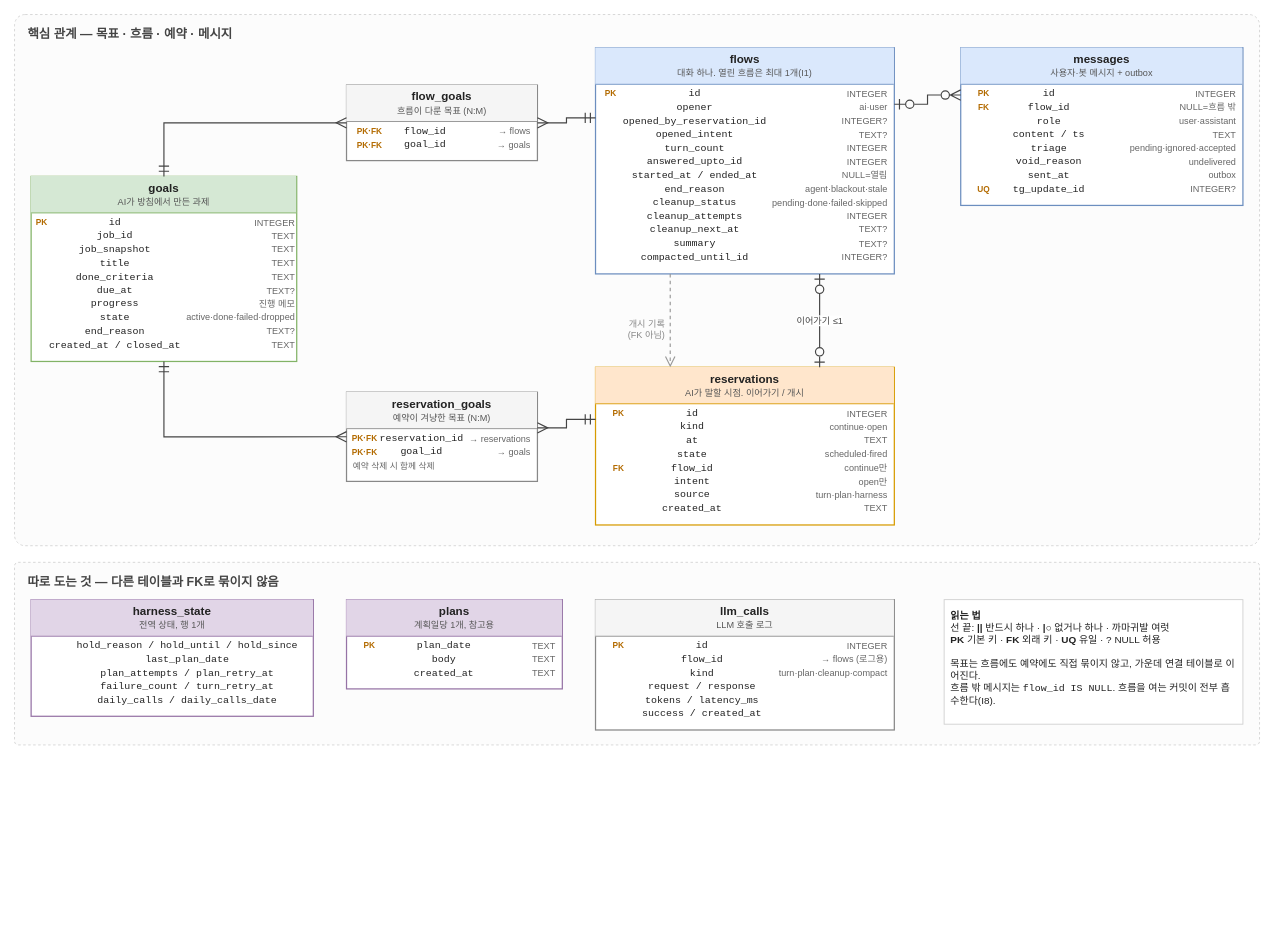
Earlier version of the draw.io diagram docs/harness-erd.drawio (carol-sh/aigan). Source tidied: cells renumbered, new cells numbered last; positions are measured from the earlier drawing's top-left corner, leaving out a move shared by most shapes. Both pictures are drawn from the tidied source at 83%, with x=0, y=0 at pixel (14, 14).
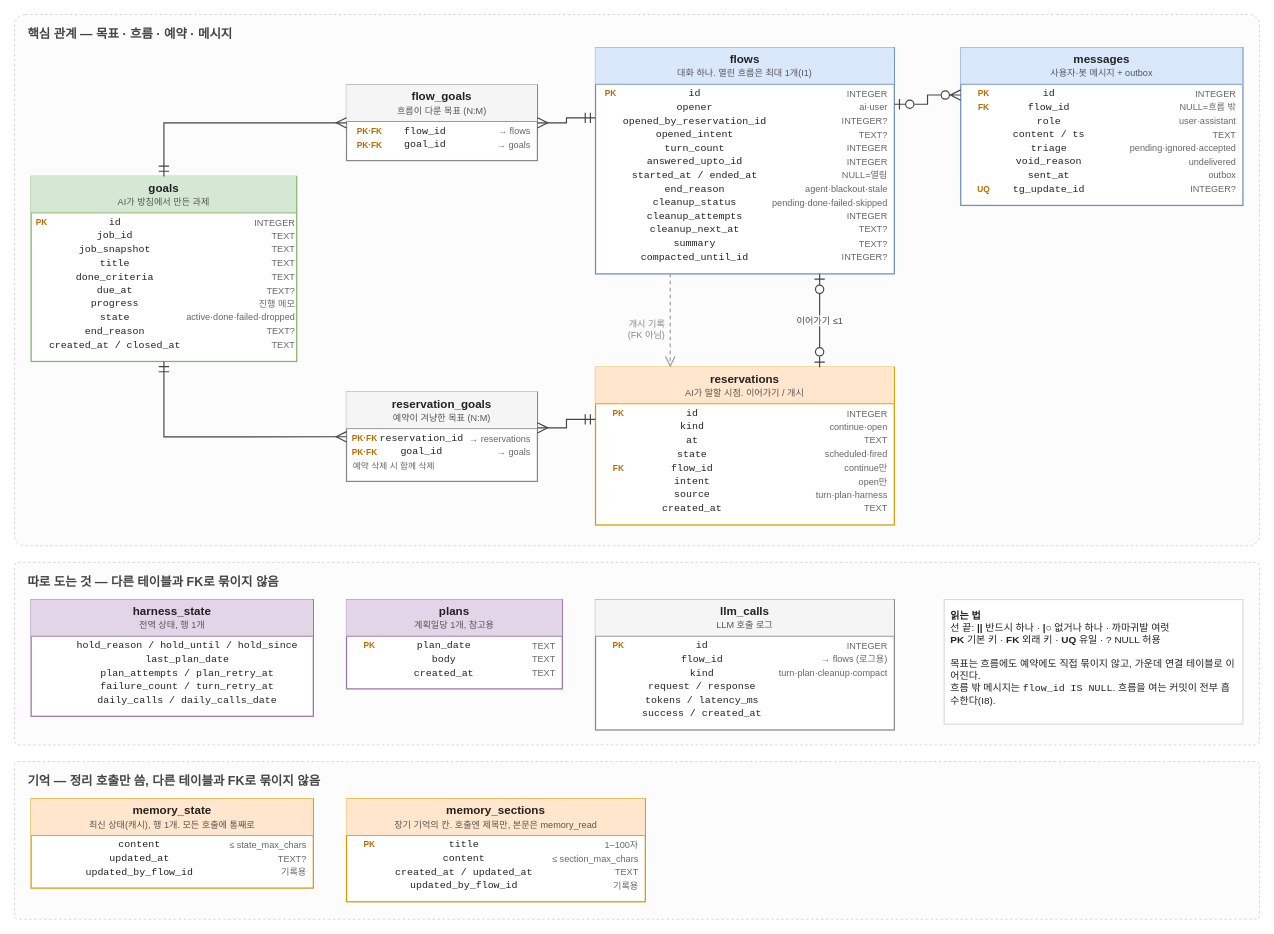
The same page after the edit.

Commit message (it also covers changes not shown here):
docs(v4): memory design (state + sections in DB, cleanup-only writes)

Change to the diagram source:
```diff
@@
+    <mxCell id="22" value="기억  —  정리 호출만 씀, 다른 테이블과 FK로 묶이지 않음" style="rounded=1;arcSize=2;html=1;whiteSpace=wrap;verticalAlign=top;align=left;spacingLeft=14;spacingTop=8;fontSize=15;fontStyle=1;fontColor=#444444;fillColor=#fcfcfc;strokeColor=#d0d0d0;dashed=1;" parent="1" vertex="1">
+      <mxGeometry y="900" width="1500" height="190" as="geometry" />
+    </mxCell>
+    <mxCell id="23" value="&lt;div style='background:#ffe6cc;border-bottom:1px solid #d79b00;padding:6px 0;font-weight:bold;font-size:14px;color:#222'&gt;memory_state&lt;div style='font-weight:normal;font-size:11px;color:#555;margin-top:2px'&gt;최신 상태(캐시), 행 1개. 모든 호출에 통째로&lt;/div&gt;&lt;/div&gt;&lt;table style='width:100%;border-collapse:collapse;margin-top:3px;padding:0 6px' cellpadding='1'&gt;&lt;tr&gt;&lt;td style='width:44px;padding-left:6px;color:#b36b00;font-size:10px;font-weight:bold;white-space:nowrap'&gt;&lt;/td&gt;&lt;td style='font-family:monospace;font-size:12px;color:#222;white-space:nowrap'&gt;content&lt;/td&gt;&lt;td style='font-size:11px;color:#666;text-align:right;padding-left:6px;padding-right:8px;white-space:nowrap'&gt;≤ state_max_chars&lt;/td&gt;&lt;/tr&gt;&lt;tr&gt;&lt;td style='width:44px;padding-left:6px;color:#b36b00;font-size:10px;font-weight:bold;white-space:nowrap'&gt;&lt;/td&gt;&lt;td style='font-family:monospace;font-size:12px;color:#222;white-space:nowrap'&gt;updated_at&lt;/td&gt;&lt;td style='font-size:11px;color:#666;text-align:right;padding-left:6px;padding-right:8px;white-space:nowrap'&gt;TEXT?&lt;/td&gt;&lt;/tr&gt;&lt;tr&gt;&lt;td style='width:44px;padding-left:6px;color:#b36b00;font-size:10px;font-weight:bold;white-space:nowrap'&gt;&lt;/td&gt;&lt;td style='font-family:monospace;font-size:12px;color:#222;white-space:nowrap'&gt;updated_by_flow_id&lt;/td&gt;&lt;td style='font-size:11px;color:#666;text-align:right;padding-left:6px;padding-right:8px;white-space:nowrap'&gt;기록용&lt;/td&gt;&lt;/tr&gt;&lt;/table&gt;" style="rounded=0;whiteSpace=wrap;html=1;verticalAlign=top;align=center;spacing=0;fillColor=#ffffff;strokeColor=#d79b00;strokeWidth=1.5;overflow=fill;" parent="1" vertex="1">
+      <mxGeometry x="20" y="945" width="340" height="107.5" as="geometry" />
+    </mxCell>
+    <mxCell id="24" value="&lt;div style='background:#ffe6cc;border-bottom:1px solid #d79b00;padding:6px 0;font-weight:bold;font-size:14px;color:#222'&gt;memory_sections&lt;div style='font-weight:normal;font-size:11px;color:#555;margin-top:2px'&gt;장기 기억의 칸. 호출엔 제목만, 본문은 memory_read&lt;/div&gt;&lt;/div&gt;&lt;table style='width:100%;border-collapse:collapse;margin-top:3px;padding:0 6px' cellpadding='1'&gt;&lt;tr&gt;&lt;td style='width:44px;padding-left:6px;color:#b36b00;font-size:10px;font-weight:bold;white-space:nowrap'&gt;PK&lt;/td&gt;&lt;td style='font-family:monospace;font-size:12px;color:#222;white-space:nowrap'&gt;title&lt;/td&gt;&lt;td style='font-size:11px;color:#666;text-align:right;padding-left:6px;padding-right:8px;white-space:nowrap'&gt;1–100자&lt;/td&gt;&lt;/tr&gt;&lt;tr&gt;&lt;td style='width:44px;padding-left:6px;color:#b36b00;font-size:10px;font-weight:bold;white-space:nowrap'&gt;&lt;/td&gt;&lt;td style='font-family:monospace;font-size:12px;color:#222;white-space:nowrap'&gt;content&lt;/td&gt;&lt;td style='font-size:11px;color:#666;text-align:right;padding-left:6px;padding-right:8px;white-space:nowrap'&gt;≤ section_max_chars&lt;/td&gt;&lt;/tr&gt;&lt;tr&gt;&lt;td style='width:44px;padding-left:6px;color:#b36b00;font-size:10px;font-weight:bold;white-space:nowrap'&gt;&lt;/td&gt;&lt;td style='font-family:monospace;font-size:12px;color:#222;white-space:nowrap'&gt;created_at / updated_at&lt;/td&gt;&lt;td style='font-size:11px;color:#666;text-align:right;padding-left:6px;padding-right:8px;white-space:nowrap'&gt;TEXT&lt;/td&gt;&lt;/tr&gt;&lt;tr&gt;&lt;td style='width:44px;padding-left:6px;color:#b36b00;font-size:10px;font-weight:bold;white-space:nowrap'&gt;&lt;/td&gt;&lt;td style='font-family:monospace;font-size:12px;color:#222;white-space:nowrap'&gt;updated_by_flow_id&lt;/td&gt;&lt;td style='font-size:11px;color:#666;text-align:right;padding-left:6px;padding-right:8px;white-space:nowrap'&gt;기록용&lt;/td&gt;&lt;/tr&gt;&lt;/table&gt;" style="rounded=0;whiteSpace=wrap;html=1;verticalAlign=top;align=center;spacing=0;fillColor=#ffffff;strokeColor=#d79b00;strokeWidth=1.5;overflow=fill;" parent="1" vertex="1">
+      <mxGeometry x="400" y="945" width="360" height="124" as="geometry" />
+    </mxCell>
```
